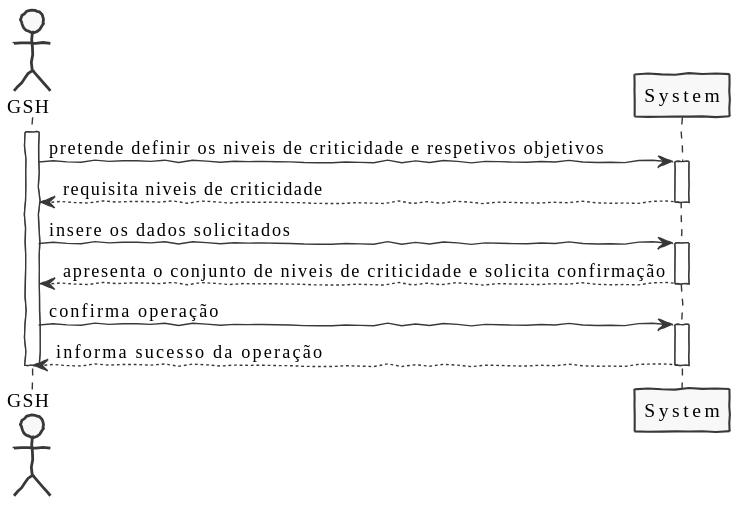
Earlier version of the PlantUML export docs/US2010/SSD2010.svg (pedrolemos4/LAPR4).
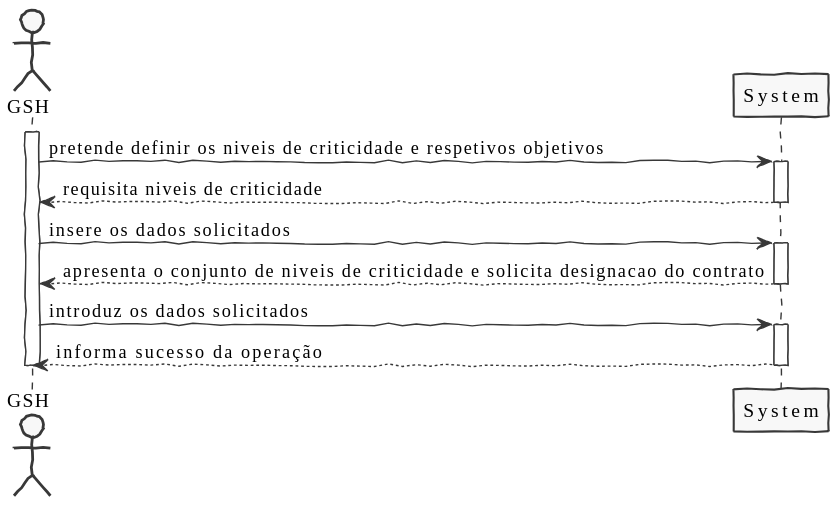
Above is the later version.

The edit, as a diff of the source:
```diff
@@ -14,9 +14,9 @@
 deactivate System
 Actor -> System: insere os dados solicitados
 activate System
-System --> Actor: apresenta o conjunto de niveis de criticidade e solicita confirmação
+System --> Actor: apresenta o conjunto de niveis de criticidade e solicita designacao do contrato
 deactivate System
-Actor -> System: confirma operação
+Actor -> System: introduz os dados solicitados
 activate System
 System --> Actor: informa sucesso da operação
 deactivate System
```
